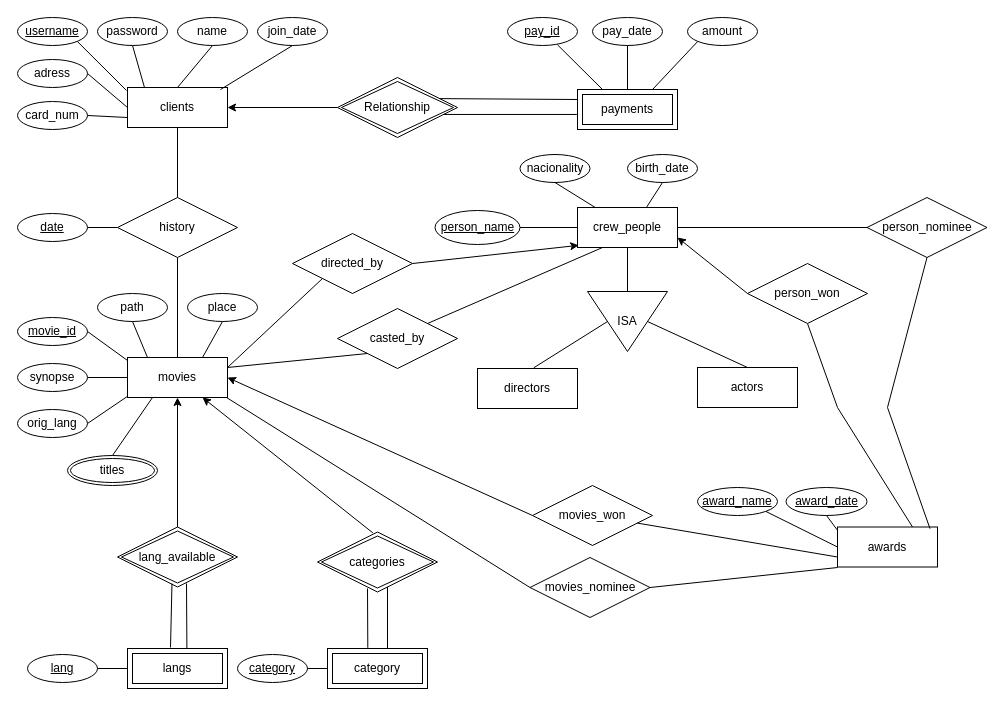
This is er.drawio from MiguelNdeCarvalho/BD-Work-2, a draw.io file, before an edit. Source tidied: cells renumbered, new cells numbered last; positions are measured from the earlier drawing's top-left corner, leaving out a move shared by most shapes. Both pictures are drawn from the tidied source at 100%, with x=0, y=0 at pixel (17, 17).
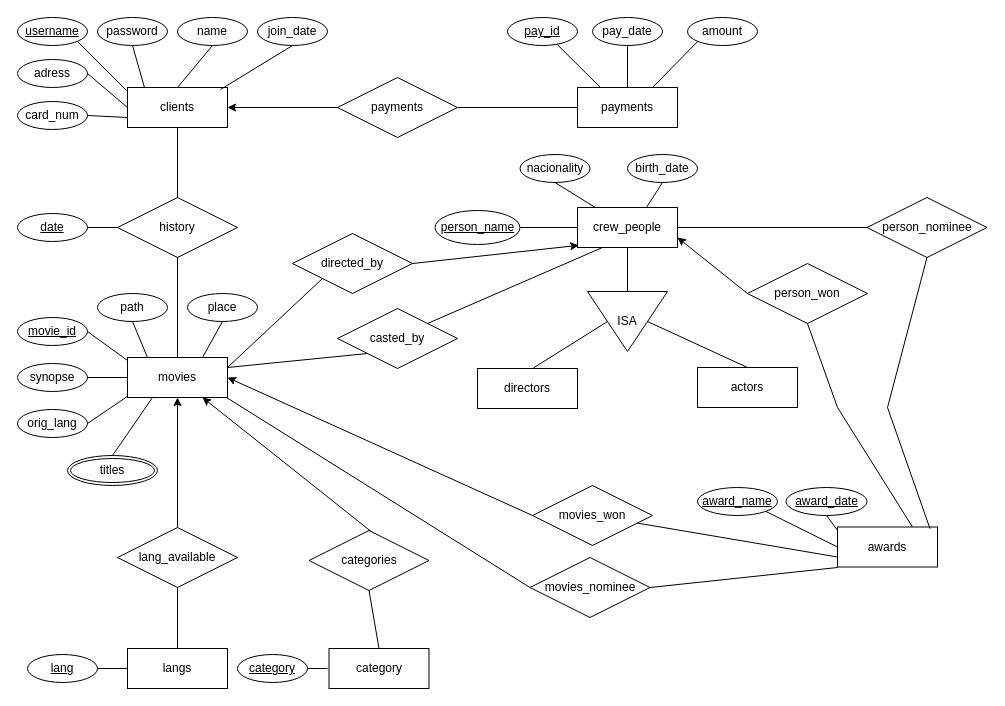
The same page after the edit.

The change refers to these unchanged cells:
```xml
<mxCell id="2" value="clients" style="whiteSpace=wrap;html=1;align=center;" parent="1" vertex="1">
  <mxGeometry x="110" y="70" width="100" height="40" as="geometry" />
</mxCell>
<mxCell id="19" value="movies" style="whiteSpace=wrap;html=1;align=center;" parent="1" vertex="1">
  <mxGeometry x="110" y="340" width="100" height="40" as="geometry" />
</mxCell>
<mxCell id="36" value="pay_id" style="ellipse;whiteSpace=wrap;html=1;align=center;fontStyle=4;" parent="1" vertex="1">
  <mxGeometry x="490" width="70" height="28" as="geometry" />
</mxCell>
<mxCell id="37" value="pay_date" style="ellipse;whiteSpace=wrap;html=1;align=center;" parent="1" vertex="1">
  <mxGeometry x="575" width="70" height="28" as="geometry" />
</mxCell>
<mxCell id="40" value="amount" style="ellipse;whiteSpace=wrap;html=1;align=center;" parent="1" vertex="1">
  <mxGeometry x="670" width="70" height="28" as="geometry" />
</mxCell>
<mxCell id="48" value="lang" style="ellipse;whiteSpace=wrap;html=1;align=center;fontStyle=4;" parent="1" vertex="1">
  <mxGeometry x="10" y="637" width="70" height="28" as="geometry" />
</mxCell>
<mxCell id="51" value="category" style="ellipse;whiteSpace=wrap;html=1;align=center;fontStyle=4;" parent="1" vertex="1">
  <mxGeometry x="220" y="637" width="70" height="28" as="geometry" />
</mxCell>
```

The edit, as a diff of the source:
```diff
@@
-    <mxCell id="31" value="Relationship" style="shape=rhombus;double=1;perimeter=rhombusPerimeter;whiteSpace=wrap;html=1;align=center;" parent="1" vertex="1">
-      <mxGeometry x="320" y="60" width="120" height="60" as="geometry" />
-    </mxCell>
-    <mxCell id="32" style="endArrow=classic;html=1;entryX=1;entryY=0.5;entryDx=0;entryDy=0;exitX=0;exitY=0.5;exitDx=0;exitDy=0;" parent="1" edge="1" source="31" target="2">
-      <mxGeometry relative="1" as="geometry" />
+    <mxCell id="32" style="endArrow=classic;html=1;entryX=1;entryY=0.5;entryDx=0;entryDy=0;exitX=0;exitY=0.5;exitDx=0;exitDy=0;" parent="1" edge="1" target="2">
+      <mxGeometry relative="1" as="geometry">
+        <mxPoint x="320" y="90" as="sourcePoint" />
+      </mxGeometry>
     </mxCell>
-    <mxCell id="33" value="payments" style="shape=ext;margin=3;double=1;whiteSpace=wrap;html=1;align=center;" parent="1" vertex="1">
-      <mxGeometry x="560" y="72" width="100" height="40" as="geometry" />
-    </mxCell>
-    <mxCell id="34" style="endArrow=none;html=1;rounded=0;entryX=0;entryY=0.25;entryDx=0;entryDy=0;exitX=0.85;exitY=0.352;exitDx=0;exitDy=0;exitPerimeter=0;" parent="1" edge="1" source="31" target="33">
-      <mxGeometry relative="1" as="geometry" />
-    </mxCell>
-    <mxCell id="35" style="endArrow=none;html=1;rounded=0;exitX=0.879;exitY=0.616;exitDx=0;exitDy=0;exitPerimeter=0;entryX=-0.007;entryY=0.624;entryDx=0;entryDy=0;entryPerimeter=0;" parent="1" edge="1" source="31" target="33">
-      <mxGeometry relative="1" as="geometry" />
-    </mxCell>
@@
-    <mxCell id="38" style="endArrow=none;html=1;rounded=0;exitX=0.714;exitY=0.975;exitDx=0;exitDy=0;exitPerimeter=0;entryX=0.25;entryY=0;entryDx=0;entryDy=0;" parent="1" edge="1" source="36" target="33">
-      <mxGeometry relative="1" as="geometry" />
+    <mxCell id="38" style="endArrow=none;html=1;rounded=0;exitX=0.714;exitY=0.975;exitDx=0;exitDy=0;exitPerimeter=0;entryX=0.25;entryY=0;entryDx=0;entryDy=0;" parent="1" edge="1" source="36">
+      <mxGeometry relative="1" as="geometry">
+        <mxPoint x="585" y="72" as="targetPoint" />
+      </mxGeometry>
     </mxCell>
-    <mxCell id="39" style="endArrow=none;html=1;rounded=0;entryX=0.5;entryY=0;entryDx=0;entryDy=0;exitX=0.5;exitY=1;exitDx=0;exitDy=0;" parent="1" edge="1" source="37" target="33">
+    <mxCell id="39" style="endArrow=none;html=1;rounded=0;entryX=0.5;entryY=0;entryDx=0;entryDy=0;exitX=0.5;exitY=1;exitDx=0;exitDy=0;" parent="1" edge="1" source="37" target="96">
       <mxGeometry relative="1" as="geometry" />
     </mxCell>
@@
-    <mxCell id="41" style="endArrow=none;html=1;rounded=0;exitX=0;exitY=1;exitDx=0;exitDy=0;entryX=0.75;entryY=0;entryDx=0;entryDy=0;" parent="1" edge="1" source="40" target="33">
+    <mxCell id="41" style="endArrow=none;html=1;rounded=0;exitX=0;exitY=1;exitDx=0;exitDy=0;entryX=0.75;entryY=0;entryDx=0;entryDy=0;" parent="1" edge="1" source="40" target="96">
       <mxGeometry relative="1" as="geometry" />
     </mxCell>
@@
-    <mxCell id="43" style="endArrow=classic;html=1;entryX=0.75;entryY=1;entryDx=0;entryDy=0;exitX=0.461;exitY=0.014;exitDx=0;exitDy=0;exitPerimeter=0;" parent="1" edge="1" source="45" target="19">
-      <mxGeometry relative="1" as="geometry" />
+    <mxCell id="43" style="endArrow=classic;html=1;entryX=0.75;entryY=1;entryDx=0;entryDy=0;exitX=0.461;exitY=0.014;exitDx=0;exitDy=0;exitPerimeter=0;" parent="1" edge="1" target="19">
+      <mxGeometry relative="1" as="geometry">
+        <mxPoint x="355.3" y="515.3" as="sourcePoint" />
+      </mxGeometry>
     </mxCell>
-    <mxCell id="44" value="lang_available" style="shape=rhombus;double=1;perimeter=rhombusPerimeter;whiteSpace=wrap;html=1;align=center;" parent="1" vertex="1">
-      <mxGeometry x="100" y="509.5" width="120" height="60" as="geometry" />
-    </mxCell>
-    <mxCell id="45" value="categories" style="shape=rhombus;double=1;perimeter=rhombusPerimeter;whiteSpace=wrap;html=1;align=center;" parent="1" vertex="1">
-      <mxGeometry x="300" y="514.5" width="120" height="60" as="geometry" />
-    </mxCell>
-    <mxCell id="46" value="langs" style="shape=ext;margin=3;double=1;whiteSpace=wrap;html=1;align=center;" parent="1" vertex="1">
-      <mxGeometry x="110" y="631" width="100" height="40" as="geometry" />
-    </mxCell>
-    <mxCell id="47" style="endArrow=none;html=1;rounded=0;exitX=0.454;exitY=0.944;exitDx=0;exitDy=0;exitPerimeter=0;" parent="1" edge="1" source="44">
-      <mxGeometry relative="1" as="geometry">
-        <mxPoint x="153" y="630" as="targetPoint" />
-      </mxGeometry>
-    </mxCell>
@@
-    <mxCell id="49" style="endArrow=none;html=1;rounded=0;exitX=1;exitY=0.5;exitDx=0;exitDy=0;entryX=0;entryY=0.5;entryDx=0;entryDy=0;" parent="1" edge="1" source="48" target="46">
-      <mxGeometry relative="1" as="geometry" />
+    <mxCell id="49" style="endArrow=none;html=1;rounded=0;exitX=1;exitY=0.5;exitDx=0;exitDy=0;entryX=0;entryY=0.5;entryDx=0;entryDy=0;" parent="1" edge="1" source="48">
+      <mxGeometry relative="1" as="geometry">
+        <mxPoint x="110" y="651" as="targetPoint" />
+      </mxGeometry>
     </mxCell>
-    <mxCell id="50" value="category" style="shape=ext;margin=3;double=1;whiteSpace=wrap;html=1;align=center;" parent="1" vertex="1">
-      <mxGeometry x="310" y="631" width="100" height="40" as="geometry" />
-    </mxCell>
@@
-    <mxCell id="52" style="endArrow=none;html=1;rounded=0;exitX=0;exitY=0.5;exitDx=0;exitDy=0;entryX=1;entryY=0.5;entryDx=0;entryDy=0;" parent="1" edge="1" source="50" target="51">
-      <mxGeometry relative="1" as="geometry" />
+    <mxCell id="52" style="endArrow=none;html=1;rounded=0;exitX=0;exitY=0.5;exitDx=0;exitDy=0;entryX=1;entryY=0.5;entryDx=0;entryDy=0;" parent="1" edge="1" target="51">
+      <mxGeometry relative="1" as="geometry">
+        <mxPoint x="310" y="651" as="sourcePoint" />
+      </mxGeometry>
     </mxCell>
-    <mxCell id="53" style="endArrow=none;html=1;rounded=0;exitX=0.5;exitY=1;exitDx=0;exitDy=0;" parent="1" edge="1">
-      <mxGeometry relative="1" as="geometry">
-        <mxPoint x="370" y="569.5" as="sourcePoint" />
-        <mxPoint x="370" y="631" as="targetPoint" />
-      </mxGeometry>
-    </mxCell>
-    <mxCell id="54" style="endArrow=none;html=1;rounded=0;entryX=0.354;entryY=0;entryDx=0;entryDy=0;entryPerimeter=0;" parent="1" edge="1">
-      <mxGeometry relative="1" as="geometry">
-        <mxPoint x="169" y="566" as="sourcePoint" />
-        <mxPoint x="169.4" y="631" as="targetPoint" />
-      </mxGeometry>
-    </mxCell>
-    <mxCell id="55" style="endArrow=none;html=1;rounded=0;entryX=0.403;entryY=-0.017;entryDx=0;entryDy=0;entryPerimeter=0;" parent="1" edge="1" target="50">
-      <mxGeometry relative="1" as="geometry">
-        <mxPoint x="350" y="571" as="sourcePoint" />
-      </mxGeometry>
-    </mxCell>
@@
+    <mxCell id="44" value="lang_available" style="shape=rhombus;perimeter=rhombusPerimeter;whiteSpace=wrap;html=1;align=center;" parent="1" vertex="1">
+      <mxGeometry x="100" y="510" width="120" height="60" as="geometry" />
+    </mxCell>
+    <mxCell id="45" value="categories" style="shape=rhombus;perimeter=rhombusPerimeter;whiteSpace=wrap;html=1;align=center;" parent="1" vertex="1">
+      <mxGeometry x="291.5" y="513" width="120" height="60" as="geometry" />
+    </mxCell>
+    <mxCell id="46" value="langs" style="whiteSpace=wrap;html=1;align=center;" parent="1" vertex="1">
+      <mxGeometry x="110" y="631" width="100" height="40" as="geometry" />
+    </mxCell>
+    <mxCell id="94" style="endArrow=none;html=1;rounded=0;exitX=0.5;exitY=1;exitDx=0;exitDy=0;entryX=0.5;entryY=0;entryDx=0;entryDy=0;" parent="1" edge="1" source="44" target="46">
+      <mxGeometry relative="1" as="geometry" />
+    </mxCell>
+    <mxCell id="50" value="category" style="whiteSpace=wrap;html=1;align=center;" parent="1" vertex="1">
+      <mxGeometry x="311.5" y="631" width="100" height="40" as="geometry" />
+    </mxCell>
+    <mxCell id="95" style="endArrow=none;html=1;rounded=0;exitX=0.5;exitY=1;exitDx=0;exitDy=0;entryX=0.5;entryY=0;entryDx=0;entryDy=0;" parent="1" edge="1" source="45" target="50">
+      <mxGeometry relative="1" as="geometry" />
+    </mxCell>
+    <mxCell id="96" value="payments" style="whiteSpace=wrap;html=1;align=center;" parent="1" vertex="1">
+      <mxGeometry x="560" y="70" width="100" height="40" as="geometry" />
+    </mxCell>
+    <mxCell id="97" value="payments" style="shape=rhombus;perimeter=rhombusPerimeter;whiteSpace=wrap;html=1;align=center;" parent="1" vertex="1">
+      <mxGeometry x="320" y="60" width="120" height="60" as="geometry" />
+    </mxCell>
+    <mxCell id="98" style="line;strokeWidth=1;fillColor=none;align=left;verticalAlign=middle;spacingTop=-1;spacingLeft=3;spacingRight=3;labelPosition=right;fontSize=12;" parent="1" vertex="1">
+      <mxGeometry x="440" y="86" width="120" height="8" as="geometry" />
+    </mxCell>
```
